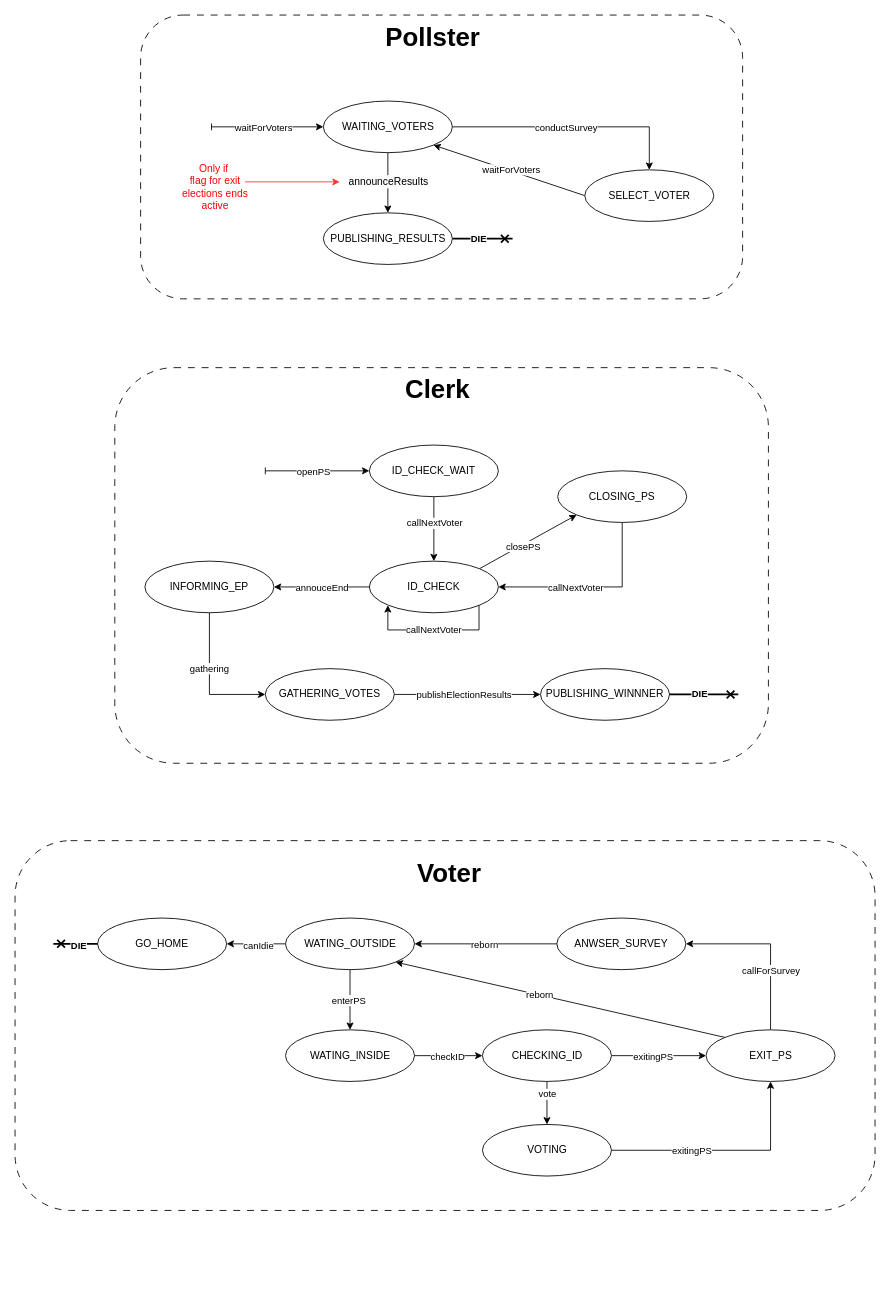
The draw.io diagram sd_assignment1.drawio in PedroMiguelTorresCarneiro/SD, before the edit. Source tidied: cells renumbered, new cells numbered last; positions are measured from the earlier drawing's top-left corner, leaving out a move shared by most shapes. Both pictures are drawn from the tidied source at 86%, with x=0, y=0 at pixel (15, 15).
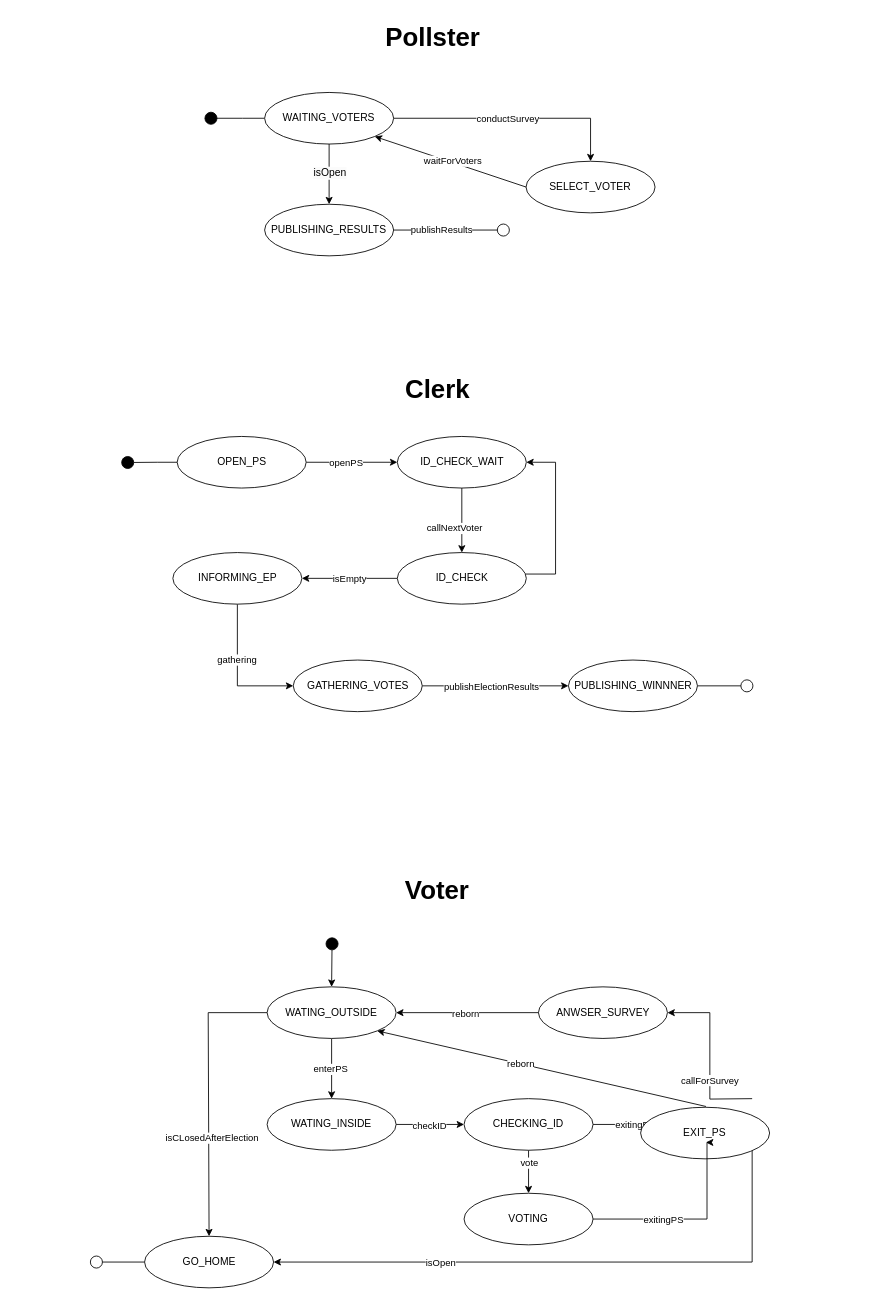
After the change.

Commit message (it also covers changes not shown here):
update mainGUI and diagrams!

The change refers to these unchanged cells:
```xml
<mxCell id="8" style="rounded=0;jettySize=auto;html=1;exitX=0.5;exitY=1;exitDx=0;exitDy=0;entryX=0.5;entryY=0;entryDx=0;entryDy=0;" parent="1" edge="1" source="12" target="25">
  <mxGeometry relative="1" as="geometry" />
</mxCell>
<mxCell id="19" style="rounded=0;jettySize=auto;html=1;exitX=0.5;exitY=1;exitDx=0;exitDy=0;entryX=0.5;entryY=0;entryDx=0;entryDy=0;" parent="1" edge="1" source="21" target="30">
  <mxGeometry relative="1" as="geometry" />
</mxCell>
<mxCell id="28" style="edgeStyle=orthogonalEdgeStyle;rounded=0;jettySize=auto;html=1;exitX=0;exitY=0.5;exitDx=0;exitDy=0;entryX=1;entryY=0.5;entryDx=0;entryDy=0;" parent="1" edge="1" source="30" target="40">
  <mxGeometry relative="1" as="geometry" />
</mxCell>
```

Diff of the diagram source:
```diff
@@
-    <mxCell id="2" style="rounded=1;whiteSpace=wrap;html=1;dashed=1;dashPattern=8 8;fillColor=none;" parent="1" vertex="1">
-      <mxGeometry y="960" width="1000" height="430" as="geometry" />
-    </mxCell>
-    <mxCell id="3" style="rounded=1;whiteSpace=wrap;html=1;dashed=1;dashPattern=8 8;fillColor=none;" parent="1" vertex="1">
-      <mxGeometry x="116" y="410" width="760" height="460" as="geometry" />
-    </mxCell>
-    <mxCell id="4" style="rounded=1;whiteSpace=wrap;html=1;dashed=1;dashPattern=8 8;fillColor=none;" parent="1" vertex="1">
-      <mxGeometry x="146" width="700" height="330" as="geometry" />
-    </mxCell>
@@
-    <mxCell id="9" value="&lt;span style=&quot;font-size: 12px; text-wrap: wrap; background-color: rgb(251, 251, 251);&quot;&gt;announceResults&lt;/span&gt;" style="edgeLabel;html=1;align=center;verticalAlign=middle;" parent="8" vertex="1">
+    <mxCell id="9" value="&lt;span style=&quot;font-size: 12px; text-wrap: wrap; background-color: rgb(251, 251, 251);&quot;&gt;isOpen&lt;/span&gt;" style="edgeLabel;html=1;align=center;verticalAlign=middle;" parent="8" vertex="1">
       <mxGeometry x="-0.07" y="1" relative="1" as="geometry">
         <mxPoint x="-1" as="offset" />
       </mxGeometry>
     </mxCell>
-    <mxCell id="10" style="rounded=0;jettySize=auto;html=1;exitX=0;exitY=0.5;exitDx=0;exitDy=0;startArrow=classic;startFill=1;endArrow=baseDash;endFill=0;" parent="1" edge="1" source="12">
-      <mxGeometry relative="1" as="geometry">
-        <mxPoint x="228.5" y="130" as="targetPoint" />
-      </mxGeometry>
-    </mxCell>
-    <mxCell id="11" value="waitForVoters" style="edgeLabel;html=1;align=center;verticalAlign=middle;" parent="10" vertex="1">
-      <mxGeometry x="0.69" y="-3" relative="1" as="geometry">
-        <mxPoint x="40" y="3" as="offset" />
-      </mxGeometry>
-    </mxCell>
+    <mxCell id="74" style="edgeStyle=orthogonalEdgeStyle;rounded=0;jettySize=auto;html=1;exitX=0;exitY=0.5;exitDx=0;exitDy=0;startArrow=none;startFill=0;endArrow=oval;endFill=1;endSize=14;" parent="1" edge="1" source="12">
+      <mxGeometry relative="1" as="geometry">
+        <mxPoint x="227.8" y="120" as="targetPoint" />
+      </mxGeometry>
+    </mxCell>
     <mxCell id="12" value="WAITING_VOTERS" style="ellipse;whiteSpace=wrap;html=1;" parent="1" vertex="1">
-      <mxGeometry x="358.5" y="100" width="150" height="60" as="geometry" />
+      <mxGeometry x="290.2" y="90" width="150" height="60" as="geometry" />
     </mxCell>
@@
     <mxCell id="15" value="SELECT_VOTER" style="ellipse;whiteSpace=wrap;html=1;" parent="1" vertex="1">
-      <mxGeometry x="662.5" y="180" width="150" height="60" as="geometry" />
+      <mxGeometry x="594.2" y="170" width="150" height="60" as="geometry" />
     </mxCell>
@@
-    <mxCell id="17" style="rounded=0;jettySize=auto;html=1;startArrow=classic;startFill=1;endArrow=baseDash;endFill=0;" parent="1" edge="1" source="21">
-      <mxGeometry relative="1" as="geometry">
-        <mxPoint x="291" y="530" as="targetPoint" />
-      </mxGeometry>
+    <mxCell id="17" style="rounded=0;jettySize=auto;html=1;startArrow=classic;startFill=1;endArrow=none;endFill=0;entryX=1;entryY=0.5;entryDx=0;entryDy=0;" parent="1" edge="1" source="21" target="81">
+      <mxGeometry relative="1" as="geometry" />
     </mxCell>
@@
     <mxCell id="20" value="callNextVoter" style="edgeLabel;html=1;align=center;verticalAlign=middle;strokeColor=none;" parent="19" vertex="1">
       <mxGeometry x="-0.21" y="-2" relative="1" as="geometry">
-        <mxPoint x="2" as="offset" />
+        <mxPoint x="-7" y="16" as="offset" />
       </mxGeometry>
     </mxCell>
     <mxCell id="21" value="ID_CHECK_WAIT" style="ellipse;whiteSpace=wrap;html=1;" parent="1" vertex="1">
-      <mxGeometry x="412" y="500" width="150" height="60" as="geometry" />
+      <mxGeometry x="444.5" y="490" width="150" height="60" as="geometry" />
     </mxCell>
     <mxCell id="22" value="&lt;b style=&quot;&quot;&gt;&lt;font style=&quot;font-size: 30px;&quot;&gt;Voter&lt;/font&gt;&lt;/b&gt;" style="text;html=1;align=center;verticalAlign=middle;whiteSpace=wrap;rounded=0;fontSize=35;" parent="1" vertex="1">
-      <mxGeometry x="452" y="980" width="106" height="30" as="geometry" />
+      <mxGeometry x="438" y="1000" width="106" height="30" as="geometry" />
     </mxCell>
-    <mxCell id="23" style="rounded=0;jettySize=auto;html=1;exitX=1;exitY=0.5;exitDx=0;exitDy=0;endArrow=cross;endFill=0;fontStyle=1;strokeWidth=2;" parent="1" edge="1" source="25">
+    <mxCell id="23" style="rounded=0;jettySize=auto;html=1;exitX=1;exitY=0.5;exitDx=0;exitDy=0;endArrow=oval;endFill=0;fontStyle=0;strokeWidth=1;startSize=8;endSize=14;" parent="1" edge="1" source="25">
       <mxGeometry relative="1" as="geometry">
-        <mxPoint x="578.5" y="260" as="targetPoint" />
+        <mxPoint x="567.8" y="250" as="targetPoint" />
       </mxGeometry>
     </mxCell>
-    <mxCell id="24" value="&lt;b&gt;DIE&lt;/b&gt;" style="edgeLabel;html=1;align=center;verticalAlign=middle;" parent="23" vertex="1">
+    <mxCell id="24" value="publishResults" style="edgeLabel;html=1;align=center;verticalAlign=middle;" parent="23" vertex="1">
       <mxGeometry x="-0.14" y="1" relative="1" as="geometry" />
     </mxCell>
     <mxCell id="25" value="PUBLISHING_RESULTS" style="ellipse;whiteSpace=wrap;html=1;strokeWidth=1;" parent="1" vertex="1">
-      <mxGeometry x="358.5" y="230" width="150" height="60" as="geometry" />
+      <mxGeometry x="290.2" y="220" width="150" height="60" as="geometry" />
     </mxCell>
-    <mxCell id="26" style="rounded=0;jettySize=auto;html=1;exitX=1;exitY=0;exitDx=0;exitDy=0;entryX=0;entryY=1;entryDx=0;entryDy=0;" parent="1" edge="1" source="30" target="37">
-      <mxGeometry relative="1" as="geometry" />
-    </mxCell>
-    <mxCell id="27" value="closePS" style="edgeLabel;html=1;align=center;verticalAlign=middle;" parent="26" vertex="1">
-      <mxGeometry x="-0.11" y="-1" relative="1" as="geometry" />
-    </mxCell>
@@
-    <mxCell id="29" value="annouceEnd" style="edgeLabel;html=1;align=center;verticalAlign=middle;" parent="28" vertex="1">
+    <mxCell id="29" value="isEmpty" style="edgeLabel;html=1;align=center;verticalAlign=middle;" parent="28" vertex="1">
       <mxGeometry x="0.05" relative="1" as="geometry">
         <mxPoint x="2" as="offset" />
       </mxGeometry>
     </mxCell>
+    <mxCell id="75" style="edgeStyle=orthogonalEdgeStyle;rounded=0;jettySize=auto;html=1;entryX=1;entryY=0.5;entryDx=0;entryDy=0;" parent="1" edge="1" source="30" target="21">
+      <mxGeometry relative="1" as="geometry">
+        <Array as="points">
+          <mxPoint x="628.5" y="650" />
+          <mxPoint x="628.5" y="520" />
+        </Array>
+      </mxGeometry>
+    </mxCell>
     <mxCell id="30" value="ID_CHECK" style="ellipse;whiteSpace=wrap;html=1;" parent="1" vertex="1">
-      <mxGeometry x="412" y="635" width="150" height="60" as="geometry" />
+      <mxGeometry x="444.5" y="625" width="150" height="60" as="geometry" />
     </mxCell>
-    <mxCell id="31" style="endArrow=classic;html=1;rounded=0;strokeColor=#FF3333;" parent="1" edge="1">
-      <mxGeometry relative="1" as="geometry">
-        <mxPoint x="267.5" y="194" as="sourcePoint" />
-        <mxPoint x="377.5" y="194" as="targetPoint" />
-      </mxGeometry>
-    </mxCell>
-    <mxCell id="32" value="Only if&amp;nbsp;&lt;br&gt;flag for exit elections ends active" style="text;html=1;align=center;verticalAlign=middle;whiteSpace=wrap;rounded=0;fontColor=#ff0000;" parent="1" vertex="1">
-      <mxGeometry x="177.5" y="170" width="110" height="60" as="geometry" />
-    </mxCell>
-    <mxCell id="33" style="edgeStyle=orthogonalEdgeStyle;rounded=0;orthogonalLoop=1;jettySize=auto;html=1;exitX=1;exitY=1;exitDx=0;exitDy=0;entryX=0;entryY=1;entryDx=0;entryDy=0;" parent="1" edge="1">
-      <mxGeometry relative="1" as="geometry">
-        <mxPoint x="539.5" y="686.2" as="sourcePoint" />
-        <mxPoint x="433.5" y="686.2" as="targetPoint" />
-        <Array as="points">
-          <mxPoint x="539" y="715" />
-          <mxPoint x="434" y="715" />
-        </Array>
-      </mxGeometry>
-    </mxCell>
-    <mxCell id="34" value="callNextVoter" style="edgeLabel;html=1;align=center;verticalAlign=middle;" parent="33" vertex="1">
-      <mxGeometry x="0.13" y="-1" relative="1" as="geometry">
-        <mxPoint x="10" as="offset" />
-      </mxGeometry>
-    </mxCell>
-    <mxCell id="35" style="edgeStyle=orthogonalEdgeStyle;rounded=0;jettySize=auto;html=1;exitX=0.5;exitY=1;exitDx=0;exitDy=0;entryX=1;entryY=0.5;entryDx=0;entryDy=0;" parent="1" edge="1" source="37" target="30">
-      <mxGeometry relative="1" as="geometry" />
-    </mxCell>
-    <mxCell id="36" value="callNextVoter" style="edgeLabel;html=1;align=center;verticalAlign=middle;" parent="35" vertex="1">
-      <mxGeometry x="0.03" y="1" relative="1" as="geometry">
-        <mxPoint x="-17" y="-1" as="offset" />
-      </mxGeometry>
-    </mxCell>
-    <mxCell id="37" value="CLOSING_PS" style="ellipse;whiteSpace=wrap;html=1;" parent="1" vertex="1">
-      <mxGeometry x="631" y="530" width="150" height="60" as="geometry" />
-    </mxCell>
@@
     <mxCell id="40" value="INFORMING_EP" style="ellipse;whiteSpace=wrap;html=1;" parent="1" vertex="1">
-      <mxGeometry x="151" y="635" width="150" height="60" as="geometry" />
+      <mxGeometry x="183.5" y="625" width="150" height="60" as="geometry" />
     </mxCell>
@@
     <mxCell id="43" value="GATHERING_VOTES" style="ellipse;whiteSpace=wrap;html=1;" parent="1" vertex="1">
-      <mxGeometry x="291" y="760" width="150" height="60" as="geometry" />
+      <mxGeometry x="323.5" y="750" width="150" height="60" as="geometry" />
     </mxCell>
+    <mxCell id="76" style="rounded=0;jettySize=auto;html=1;exitX=1;exitY=0.5;exitDx=0;exitDy=0;endArrow=oval;endFill=0;endSize=14;startSize=12;" parent="1" edge="1" source="44">
+      <mxGeometry relative="1" as="geometry">
+        <mxPoint x="851" y="780" as="targetPoint" />
+      </mxGeometry>
+    </mxCell>
     <mxCell id="44" value="PUBLISHING_WINNNER" style="ellipse;whiteSpace=wrap;html=1;" parent="1" vertex="1">
-      <mxGeometry x="611" y="760" width="150" height="60" as="geometry" />
+      <mxGeometry x="643.5" y="750" width="150" height="60" as="geometry" />
     </mxCell>
-    <mxCell id="45" style="rounded=0;jettySize=auto;html=1;exitX=1;exitY=0.5;exitDx=0;exitDy=0;endArrow=cross;endFill=0;fontStyle=1;strokeWidth=2;" parent="1" edge="1" source="44">
-      <mxGeometry relative="1" as="geometry">
-        <mxPoint x="841" y="790" as="targetPoint" />
-      </mxGeometry>
-    </mxCell>
-    <mxCell id="46" value="&lt;b&gt;DIE&lt;/b&gt;" style="edgeLabel;html=1;align=center;verticalAlign=middle;" parent="45" vertex="1">
-      <mxGeometry x="-0.14" y="1" relative="1" as="geometry" />
-    </mxCell>
@@
-    <mxCell id="49" style="rounded=0;jettySize=auto;html=1;exitX=0;exitY=0.5;exitDx=0;exitDy=0;entryX=1;entryY=0.5;entryDx=0;entryDy=0;" parent="1" edge="1" source="51" target="71">
-      <mxGeometry relative="1" as="geometry" />
+    <mxCell id="49" style="rounded=0;jettySize=auto;html=1;exitX=0;exitY=0.5;exitDx=0;exitDy=0;entryX=0.5;entryY=0;entryDx=0;entryDy=0;" parent="1" edge="1" source="51" target="71">
+      <mxGeometry relative="1" as="geometry">
+        <Array as="points">
+          <mxPoint x="224.6" y="1160" />
+        </Array>
+      </mxGeometry>
     </mxCell>
-    <mxCell id="50" value="canIdie" style="edgeLabel;html=1;align=center;verticalAlign=middle;" parent="49" vertex="1">
-      <mxGeometry x="-0.08" y="1" relative="1" as="geometry" />
+    <mxCell id="50" value="isCLosedAfterElection" style="edgeLabel;html=1;align=center;verticalAlign=middle;" parent="49" vertex="1">
+      <mxGeometry x="-0.08" y="1" relative="1" as="geometry">
+        <mxPoint x="3" y="63" as="offset" />
+      </mxGeometry>
     </mxCell>
     <mxCell id="51" value="WATING_OUTSIDE" style="ellipse;whiteSpace=wrap;html=1;" parent="1" vertex="1">
-      <mxGeometry x="314.5" y="1050" width="150" height="60" as="geometry" />
+      <mxGeometry x="293.1" y="1130" width="150" height="60" as="geometry" />
     </mxCell>
@@
     <mxCell id="54" value="WATING_INSIDE" style="ellipse;whiteSpace=wrap;html=1;" parent="1" vertex="1">
-      <mxGeometry x="314.5" y="1180" width="150" height="60" as="geometry" />
+      <mxGeometry x="293.1" y="1260" width="150" height="60" as="geometry" />
     </mxCell>
@@
-    <mxCell id="57" style="edgeStyle=orthogonalEdgeStyle;rounded=0;jettySize=auto;html=1;exitX=1;exitY=0.5;exitDx=0;exitDy=0;entryX=0;entryY=0.5;entryDx=0;entryDy=0;" parent="1" edge="1" source="59" target="64">
-      <mxGeometry relative="1" as="geometry" />
+    <mxCell id="57" style="edgeStyle=orthogonalEdgeStyle;rounded=0;jettySize=auto;html=1;exitX=1;exitY=0.5;exitDx=0;exitDy=0;entryX=0;entryY=0.5;entryDx=0;entryDy=0;" parent="1" edge="1" source="59">
+      <mxGeometry relative="1" as="geometry">
+        <mxPoint x="782.1" y="1290" as="targetPoint" />
+      </mxGeometry>
     </mxCell>
@@
     <mxCell id="59" value="CHECKING_ID" style="ellipse;whiteSpace=wrap;html=1;" parent="1" vertex="1">
-      <mxGeometry x="543.5" y="1180" width="150" height="60" as="geometry" />
+      <mxGeometry x="522.1" y="1260" width="150" height="60" as="geometry" />
     </mxCell>
-    <mxCell id="60" style="rounded=0;jettySize=auto;html=1;exitX=0;exitY=0;exitDx=0;exitDy=0;entryX=1;entryY=1;entryDx=0;entryDy=0;" parent="1" edge="1" source="64" target="51">
-      <mxGeometry relative="1" as="geometry" />
+    <mxCell id="60" style="rounded=0;jettySize=auto;html=1;exitX=0;exitY=0;exitDx=0;exitDy=0;entryX=1;entryY=1;entryDx=0;entryDy=0;" parent="1" edge="1" target="51">
+      <mxGeometry relative="1" as="geometry">
+        <mxPoint x="803.4" y="1269.1" as="sourcePoint" />
+      </mxGeometry>
     </mxCell>
@@
-    <mxCell id="62" style="edgeStyle=orthogonalEdgeStyle;rounded=0;jettySize=auto;html=1;exitX=0.5;exitY=0;exitDx=0;exitDy=0;entryX=1;entryY=0.5;entryDx=0;entryDy=0;" parent="1" edge="1" source="64" target="68">
-      <mxGeometry relative="1" as="geometry" />
+    <mxCell id="62" style="edgeStyle=orthogonalEdgeStyle;rounded=0;jettySize=auto;html=1;exitX=0.5;exitY=0;exitDx=0;exitDy=0;entryX=1;entryY=0.5;entryDx=0;entryDy=0;" parent="1" edge="1" target="68">
+      <mxGeometry relative="1" as="geometry">
+        <mxPoint x="857.1" y="1260" as="sourcePoint" />
+      </mxGeometry>
     </mxCell>
@@
+    <mxCell id="77" style="edgeStyle=orthogonalEdgeStyle;rounded=0;jettySize=auto;html=1;exitX=0.5;exitY=1;exitDx=0;exitDy=0;entryX=1;entryY=0.5;entryDx=0;entryDy=0;" parent="1" edge="1" target="71">
+      <mxGeometry relative="1" as="geometry">
+        <mxPoint x="857.1" y="1320" as="sourcePoint" />
+        <Array as="points">
+          <mxPoint x="857.6" y="1450" />
+        </Array>
+      </mxGeometry>
+    </mxCell>
+    <mxCell id="78" value="isOpen" style="edgeLabel;html=1;align=center;verticalAlign=middle;" parent="77" vertex="1">
+      <mxGeometry x="-0.16" y="-1" relative="1" as="geometry">
+        <mxPoint x="-205" y="1" as="offset" />
+      </mxGeometry>
+    </mxCell>
     <mxCell id="64" value="EXIT_PS" style="ellipse;whiteSpace=wrap;html=1;" parent="1" vertex="1">
-      <mxGeometry x="803.5" y="1180" width="150" height="60" as="geometry" />
+      <mxGeometry x="727.4" y="1270" width="150" height="60" as="geometry" />
     </mxCell>
-    <mxCell id="65" style="edgeStyle=orthogonalEdgeStyle;rounded=0;jettySize=auto;html=1;exitX=1;exitY=0.5;exitDx=0;exitDy=0;entryX=0.5;entryY=1;entryDx=0;entryDy=0;" parent="1" edge="1" source="67" target="64">
+    <mxCell id="65" style="edgeStyle=orthogonalEdgeStyle;rounded=0;jettySize=auto;html=1;exitX=1;exitY=0.5;exitDx=0;exitDy=0;entryX=0;entryY=1;entryDx=0;entryDy=0;" parent="1" edge="1" source="67">
       <mxGeometry relative="1" as="geometry">
+        <mxPoint x="803.4" y="1310.9" as="targetPoint" />
         <Array as="points">
-          <mxPoint x="878.5" y="1320" />
+          <mxPoint x="804.6" y="1400" />
+          <mxPoint x="804.6" y="1311" />
         </Array>
       </mxGeometry>
     </mxCell>
@@
     <mxCell id="67" value="VOTING" style="ellipse;whiteSpace=wrap;html=1;" parent="1" vertex="1">
-      <mxGeometry x="543.5" y="1290" width="150" height="60" as="geometry" />
+      <mxGeometry x="522.1" y="1370" width="150" height="60" as="geometry" />
     </mxCell>
     <mxCell id="68" value="ANWSER_SURVEY" style="ellipse;whiteSpace=wrap;html=1;" parent="1" vertex="1">
-      <mxGeometry x="630" y="1050" width="150" height="60" as="geometry" />
+      <mxGeometry x="608.6" y="1130" width="150" height="60" as="geometry" />
     </mxCell>
@@
+    <mxCell id="79" style="rounded=0;jettySize=auto;html=1;exitX=0;exitY=0.5;exitDx=0;exitDy=0;endArrow=oval;endFill=0;startSize=9;endSize=14;" parent="1" edge="1" source="71">
+      <mxGeometry relative="1" as="geometry">
+        <mxPoint x="94.6" y="1450" as="targetPoint" />
+      </mxGeometry>
+    </mxCell>
     <mxCell id="71" value="GO_HOME" style="ellipse;whiteSpace=wrap;html=1;" parent="1" vertex="1">
-      <mxGeometry x="96" y="1050" width="150" height="60" as="geometry" />
+      <mxGeometry x="150.6" y="1420" width="150" height="60" as="geometry" />
     </mxCell>
-    <mxCell id="72" style="rounded=0;jettySize=auto;html=1;exitX=0;exitY=0.5;exitDx=0;exitDy=0;endArrow=cross;endFill=0;fontStyle=1;strokeWidth=2;" parent="1" edge="1" source="71">
-      <mxGeometry relative="1" as="geometry">
-        <mxPoint x="44.5" y="1080" as="targetPoint" />
-      </mxGeometry>
-    </mxCell>
-    <mxCell id="73" value="&lt;b&gt;DIE&lt;/b&gt;" style="edgeLabel;html=1;align=center;verticalAlign=middle;" parent="72" vertex="1">
-      <mxGeometry x="-0.14" y="1" relative="1" as="geometry">
-        <mxPoint x="-1" as="offset" />
-      </mxGeometry>
-    </mxCell>
+    <mxCell id="80" style="edgeStyle=orthogonalEdgeStyle;rounded=0;jettySize=auto;html=1;exitX=0;exitY=0.5;exitDx=0;exitDy=0;startArrow=none;startFill=0;endArrow=oval;endFill=1;endSize=14;startSize=8;" parent="1" edge="1" source="81">
+      <mxGeometry relative="1" as="geometry">
+        <mxPoint x="131" y="520.3" as="targetPoint" />
+      </mxGeometry>
+    </mxCell>
+    <mxCell id="81" value="OPEN_PS" style="ellipse;whiteSpace=wrap;html=1;" parent="1" vertex="1">
+      <mxGeometry x="188.5" y="490" width="150" height="60" as="geometry" />
+    </mxCell>
+    <mxCell id="82" style="endArrow=classic;html=1;rounded=0;entryX=0.5;entryY=0;entryDx=0;entryDy=0;startArrow=oval;startFill=1;strokeWidth=1;curved=0;endSize=6;startSize=14;" parent="1" edge="1" target="51">
+      <mxGeometry relative="1" as="geometry">
+        <mxPoint x="368.6" y="1080" as="sourcePoint" />
+      </mxGeometry>
+    </mxCell>
```
